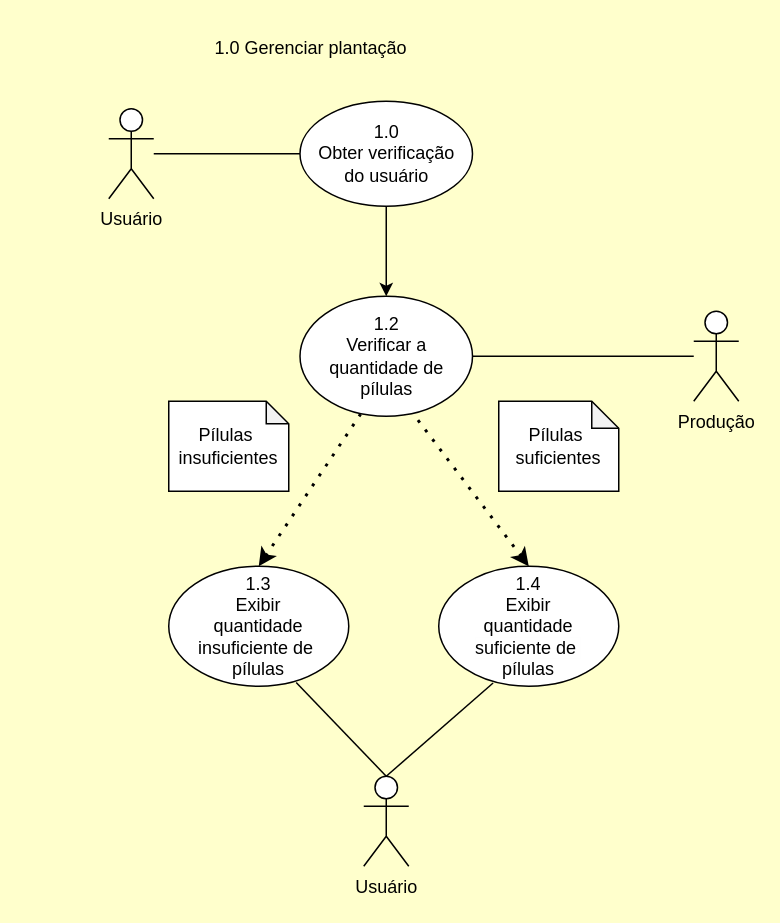
This is Tarefa1.drawio from ZardsMK/Trabahlo-DrawIO, a draw.io file, before an edit. Source tidied: cells renumbered, new cells numbered last; positions are measured from the earlier drawing's top-left corner, leaving out a move shared by most shapes. Both pictures are drawn from the tidied source at 150%, with x=0, y=0 at pixel (108, 26).
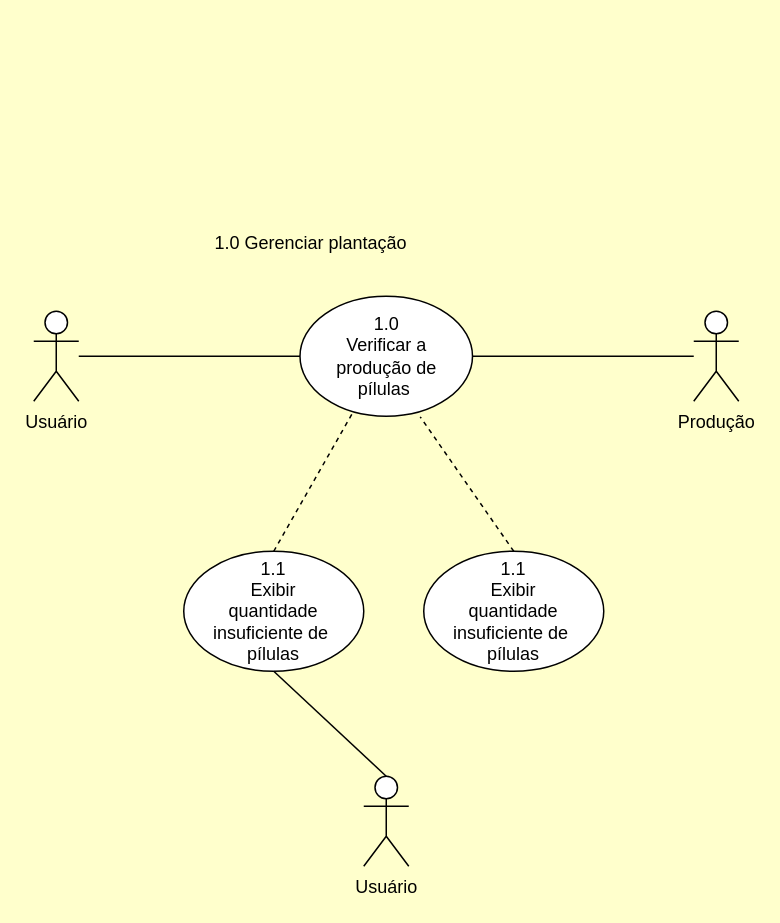
The same diagram, later.

Diff of the diagram source:
```diff
@@
 <mxGraphModel background="#FFFFCC">
   <root>
     <mxCell id="0" />
     <mxCell id="1" parent="0" />
     <mxCell id="2" value="1.0 Gerenciar plantação" style="text;html=1;align=center;verticalAlign=middle;whiteSpace=wrap;rounded=0;" parent="1" vertex="1">
-      <mxGeometry x="40" width="190" height="30" as="geometry" />
+      <mxGeometry x="40" y="130" width="190" height="30" as="geometry" />
     </mxCell>
     <mxCell id="3" value="Usuário" style="shape=umlActor;verticalLabelPosition=bottom;verticalAlign=top;html=1;outlineConnect=0;" parent="1" vertex="1">
-      <mxGeometry y="55" width="30" height="60" as="geometry" />
+      <mxGeometry x="-50" y="190" width="30" height="60" as="geometry" />
     </mxCell>
     <mxCell id="4" value="Produção" style="shape=umlActor;verticalLabelPosition=bottom;verticalAlign=top;html=1;" parent="1" vertex="1">
       <mxGeometry x="390" y="190" width="30" height="60" as="geometry" />
     </mxCell>
-    <mxCell id="5" value="&lt;div&gt;1.2&lt;/div&gt;Verificar a&lt;div&gt;quantidade&amp;nbsp;&lt;span style=&quot;background-color: transparent; color: light-dark(rgb(0, 0, 0), rgb(255, 255, 255));&quot;&gt;de pílulas&lt;/span&gt;&lt;/div&gt;" style="ellipse;whiteSpace=wrap;html=1;" parent="1" vertex="1">
+    <mxCell id="5" value="&lt;div&gt;1.0&lt;/div&gt;Verificar a&lt;div&gt;produção de&lt;/div&gt;&lt;div&gt;pílulas&amp;nbsp;&lt;/div&gt;" style="ellipse;whiteSpace=wrap;html=1;" parent="1" vertex="1">
       <mxGeometry x="127.5" y="180" width="115" height="80" as="geometry" />
     </mxCell>
     <mxCell id="6" style="endArrow=none;html=1;rounded=0;exitX=1;exitY=0.5;exitDx=0;exitDy=0;" parent="1" edge="1" source="5">
       <mxGeometry relative="1" as="geometry">
         <mxPoint x="390" y="220" as="targetPoint" />
       </mxGeometry>
     </mxCell>
-    <mxCell id="7" value="&lt;div&gt;1.3&lt;/div&gt;Exibir&lt;div&gt;quantidade&lt;/div&gt;&lt;div&gt;insuficiente de&amp;nbsp;&lt;/div&gt;&lt;div&gt;pílulas&lt;/div&gt;" style="ellipse;whiteSpace=wrap;html=1;" parent="1" vertex="1">
-      <mxGeometry x="40" y="360" width="120" height="80" as="geometry" />
+    <mxCell id="7" value="&lt;div&gt;1.1&lt;/div&gt;Exibir&lt;div&gt;quantidade&lt;/div&gt;&lt;div&gt;insuficiente de&amp;nbsp;&lt;/div&gt;&lt;div&gt;pílulas&lt;/div&gt;" style="ellipse;whiteSpace=wrap;html=1;" parent="1" vertex="1">
+      <mxGeometry x="50" y="350" width="120" height="80" as="geometry" />
     </mxCell>
-    <mxCell id="8" value="&lt;div&gt;&lt;span style=&quot;color: rgb(0, 0, 0); font-family: Helvetica; font-size: 12px; font-style: normal; font-variant-ligatures: normal; font-variant-caps: normal; font-weight: 400; letter-spacing: normal; orphans: 2; text-align: center; text-indent: 0px; text-transform: none; widows: 2; word-spacing: 0px; -webkit-text-stroke-width: 0px; white-space: normal; text-decoration-thickness: initial; text-decoration-style: initial; text-decoration-color: initial; float: none; background-color: light-dark(#ffffff, var(--ge-dark-color, #121212)); display: inline !important;&quot;&gt;1.4&lt;br&gt;&lt;/span&gt;&lt;div&gt;&lt;span style=&quot;color: rgb(0, 0, 0); font-family: Helvetica; font-size: 12px; font-style: normal; font-variant-ligatures: normal; font-variant-caps: normal; font-weight: 400; letter-spacing: normal; orphans: 2; text-align: center; text-indent: 0px; text-transform: none; widows: 2; word-spacing: 0px; -webkit-text-stroke-width: 0px; white-space: normal; text-decoration-thickness: initial; text-decoration-style: initial; text-decoration-color: initial; float: none; background-color: light-dark(#ffffff, var(--ge-dark-color, #121212)); display: inline !important;&quot;&gt;Exibir&lt;/span&gt;&lt;div style=&quot;forced-color-adjust: none; color: rgb(0, 0, 0); font-family: Helvetica; font-size: 12px; font-style: normal; font-variant-ligatures: normal; font-variant-caps: normal; font-weight: 400; letter-spacing: normal; orphans: 2; text-align: center; text-indent: 0px; text-transform: none; widows: 2; word-spacing: 0px; -webkit-text-stroke-width: 0px; white-space: normal; text-decoration-thickness: initial; text-decoration-style: initial; text-decoration-color: initial;&quot;&gt;&lt;span style=&quot;background-color: light-dark(#ffffff, var(--ge-dark-color, #121212));&quot;&gt;quantidade&lt;/span&gt;&lt;/div&gt;&lt;div style=&quot;forced-color-adjust: none; color: rgb(0, 0, 0); font-family: Helvetica; font-size: 12px; font-style: normal; font-variant-ligatures: normal; font-variant-caps: normal; font-weight: 400; letter-spacing: normal; orphans: 2; text-align: center; text-indent: 0px; text-transform: none; widows: 2; word-spacing: 0px; -webkit-text-stroke-width: 0px; white-space: normal; text-decoration-thickness: initial; text-decoration-style: initial; text-decoration-color: initial; background-color: rgb(251, 251, 251);&quot;&gt;&lt;span style=&quot;background-color: light-dark(#ffffff, var(--ge-dark-color, #121212));&quot;&gt;suficiente de&amp;nbsp;&lt;/span&gt;&lt;/div&gt;&lt;div style=&quot;forced-color-adjust: none; color: rgb(0, 0, 0); font-family: Helvetica; font-size: 12px; font-style: normal; font-variant-ligatures: normal; font-variant-caps: normal; font-weight: 400; letter-spacing: normal; orphans: 2; text-align: center; text-indent: 0px; text-transform: none; widows: 2; word-spacing: 0px; -webkit-text-stroke-width: 0px; white-space: normal; text-decoration-thickness: initial; text-decoration-style: initial; text-decoration-color: initial;&quot;&gt;&lt;span&gt;pílulas&lt;/span&gt;&lt;/div&gt;&lt;/div&gt;&lt;/div&gt;" style="ellipse;whiteSpace=wrap;html=1;" parent="1" vertex="1">
-      <mxGeometry x="220" y="360" width="120" height="80" as="geometry" />
-    </mxCell>
-    <mxCell id="9" value="Pílulas&amp;nbsp;&lt;div&gt;suficientes&lt;/div&gt;" style="shape=note;whiteSpace=wrap;html=1;backgroundOutline=1;darkOpacity=0.05;size=18;" parent="1" vertex="1">
-      <mxGeometry x="260" y="250" width="80" height="60" as="geometry" />
-    </mxCell>
-    <mxCell id="10" value="Pílulas&amp;nbsp;&lt;div&gt;insuficientes&lt;/div&gt;" style="shape=note;whiteSpace=wrap;html=1;backgroundOutline=1;darkOpacity=0.05;size=15;" parent="1" vertex="1">
-      <mxGeometry x="40" y="250" width="80" height="60" as="geometry" />
-    </mxCell>
-    <mxCell id="11" style="endArrow=none;dashed=1;html=1;dashPattern=1 3;strokeWidth=2;rounded=0;entryX=0.351;entryY=0.982;entryDx=0;entryDy=0;entryPerimeter=0;exitX=0.5;exitY=0;exitDx=0;exitDy=0;startArrow=classic;startFill=1;" parent="1" edge="1" source="7" target="5">
-      <mxGeometry relative="1" as="geometry" />
-    </mxCell>
-    <mxCell id="12" style="endArrow=none;dashed=1;html=1;dashPattern=1 3;strokeWidth=2;rounded=0;exitX=0.5;exitY=0;exitDx=0;exitDy=0;entryX=0.662;entryY=0.991;entryDx=0;entryDy=0;entryPerimeter=0;startArrow=classic;startFill=1;" parent="1" edge="1" source="8" target="5">
-      <mxGeometry relative="1" as="geometry" />
-    </mxCell>
-    <mxCell id="13" value="1.0&lt;div&gt;Obter verificação&lt;/div&gt;&lt;div&gt;do usuário&lt;/div&gt;" style="ellipse;whiteSpace=wrap;html=1;" parent="1" vertex="1">
-      <mxGeometry x="127.5" y="50" width="115" height="70" as="geometry" />
-    </mxCell>
-    <mxCell id="14" style="endArrow=none;html=1;rounded=0;entryX=0;entryY=0.5;entryDx=0;entryDy=0;" parent="1" edge="1" source="3" target="13">
+    <mxCell id="14" style="endArrow=none;html=1;rounded=0;entryX=0;entryY=0.5;entryDx=0;entryDy=0;" parent="1" edge="1" source="3" target="5">
       <mxGeometry relative="1" as="geometry" />
     </mxCell>
-    <mxCell id="15" style="endArrow=none;html=1;rounded=0;entryX=0.5;entryY=1;entryDx=0;entryDy=0;exitX=0.5;exitY=0;exitDx=0;exitDy=0;startArrow=classic;startFill=1;" parent="1" edge="1" source="5" target="13">
-      <mxGeometry relative="1" as="geometry" />
-    </mxCell>
     <mxCell id="16" value="Usuário" style="shape=umlActor;verticalLabelPosition=bottom;verticalAlign=top;html=1;outlineConnect=0;" parent="1" vertex="1">
       <mxGeometry x="170" y="500" width="30" height="60" as="geometry" />
     </mxCell>
-    <mxCell id="17" style="endArrow=none;html=1;rounded=0;entryX=0.708;entryY=0.968;entryDx=0;entryDy=0;entryPerimeter=0;exitX=0.5;exitY=0;exitDx=0;exitDy=0;exitPerimeter=0;" parent="1" edge="1" source="16" target="7">
+    <mxCell id="17" style="endArrow=none;html=1;rounded=0;entryX=0.5;entryY=1;entryDx=0;entryDy=0;exitX=0.5;exitY=0;exitDx=0;exitDy=0;exitPerimeter=0;" parent="1" edge="1" source="16" target="7">
       <mxGeometry relative="1" as="geometry" />
     </mxCell>
-    <mxCell id="18" style="endArrow=none;html=1;rounded=0;entryX=0.302;entryY=0.973;entryDx=0;entryDy=0;entryPerimeter=0;exitX=0.5;exitY=0;exitDx=0;exitDy=0;exitPerimeter=0;" parent="1" edge="1" source="16" target="8">
-      <mxGeometry relative="1" as="geometry" />
-    </mxCell>
+    <mxCell id="19" value="&lt;div&gt;1.1&lt;/div&gt;Exibir&lt;div&gt;quantidade&lt;/div&gt;&lt;div&gt;insuficiente de&amp;nbsp;&lt;/div&gt;&lt;div&gt;pílulas&lt;/div&gt;" style="ellipse;whiteSpace=wrap;html=1;" parent="1" vertex="1">
+      <mxGeometry x="210" y="350" width="120" height="80" as="geometry" />
+    </mxCell>
+    <mxCell id="11" style="endArrow=none;dashed=1;html=1;rounded=0;entryX=0.3;entryY=0.985;entryDx=0;entryDy=0;entryPerimeter=0;exitX=0.5;exitY=0;exitDx=0;exitDy=0;" parent="1" edge="1" source="7" target="5">
+      <mxGeometry relative="1" as="geometry" />
+    </mxCell>
+    <mxCell id="20" style="endArrow=none;dashed=1;html=1;rounded=0;entryX=0.697;entryY=1.005;entryDx=0;entryDy=0;entryPerimeter=0;exitX=0.5;exitY=0;exitDx=0;exitDy=0;" parent="1" edge="1" source="19" target="5">
+      <mxGeometry relative="1" as="geometry" />
+    </mxCell>
   </root>
 </mxGraphModel>
```
